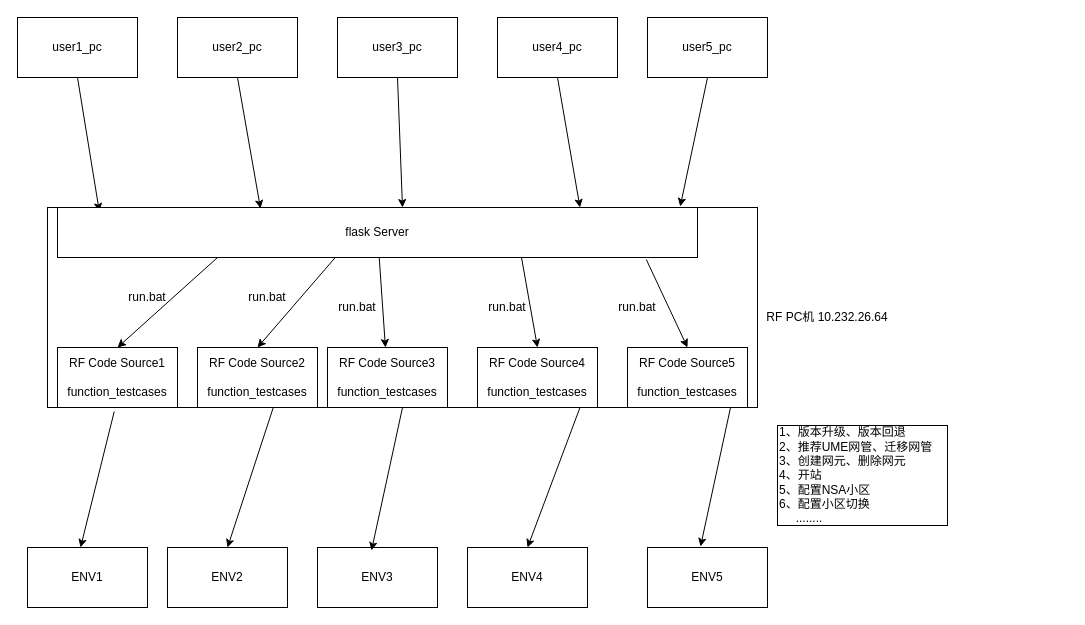
Before: 自动化群体环境管理图.drawio in ghr12345/bianyiqi, a draw.io diagram. Source tidied: cells renumbered, new cells numbered last; positions are measured from the earlier drawing's top-left corner, leaving out a move shared by most shapes. Both pictures are drawn from the tidied source at 100%, with x=0, y=0 at pixel (17, 17).
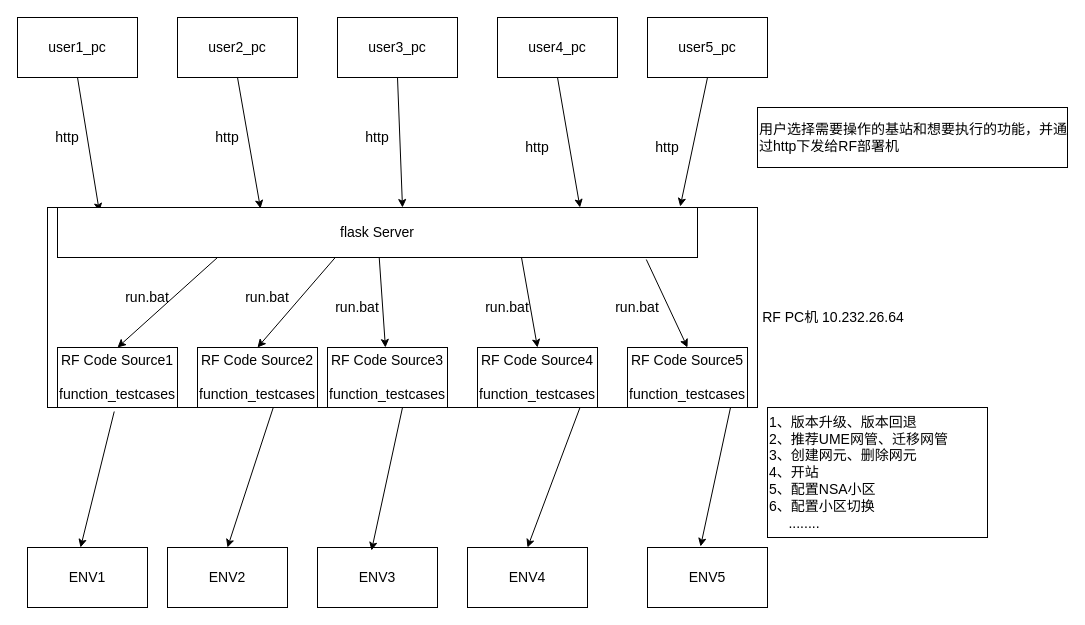
After the change.

Commit message:
Update 自动化群体环境管理图.drawio

Diff of the diagram source:
```diff
@@
-    <mxCell id="2" style="rounded=0;whiteSpace=wrap;html=1;" parent="1" vertex="1">
+    <mxCell id="2" style="rounded=0;whiteSpace=wrap;html=1;fontSize=14;" parent="1" vertex="1">
       <mxGeometry x="30" y="190" width="710" height="200" as="geometry" />
     </mxCell>
-    <mxCell id="3" value="user3_pc" style="rounded=0;whiteSpace=wrap;html=1;" parent="1" vertex="1">
+    <mxCell id="3" value="user3_pc" style="rounded=0;whiteSpace=wrap;html=1;fontSize=14;" parent="1" vertex="1">
       <mxGeometry x="320" width="120" height="60" as="geometry" />
     </mxCell>
-    <mxCell id="4" value="ENV1" style="rounded=0;whiteSpace=wrap;html=1;" parent="1" vertex="1">
+    <mxCell id="4" value="ENV1" style="rounded=0;whiteSpace=wrap;html=1;fontSize=14;" parent="1" vertex="1">
       <mxGeometry x="10" y="530" width="120" height="60" as="geometry" />
     </mxCell>
-    <mxCell id="5" value="ENV2" style="rounded=0;whiteSpace=wrap;html=1;" parent="1" vertex="1">
+    <mxCell id="5" value="ENV2" style="rounded=0;whiteSpace=wrap;html=1;fontSize=14;" parent="1" vertex="1">
       <mxGeometry x="150" y="530" width="120" height="60" as="geometry" />
     </mxCell>
-    <mxCell id="6" value="ENV3" style="rounded=0;whiteSpace=wrap;html=1;" parent="1" vertex="1">
+    <mxCell id="6" value="ENV3" style="rounded=0;whiteSpace=wrap;html=1;fontSize=14;" parent="1" vertex="1">
       <mxGeometry x="300" y="530" width="120" height="60" as="geometry" />
     </mxCell>
-    <mxCell id="7" value="ENV4" style="rounded=0;whiteSpace=wrap;html=1;" parent="1" vertex="1">
+    <mxCell id="7" value="ENV4" style="rounded=0;whiteSpace=wrap;html=1;fontSize=14;" parent="1" vertex="1">
       <mxGeometry x="450" y="530" width="120" height="60" as="geometry" />
     </mxCell>
-    <mxCell id="8" value="ENV5" style="rounded=0;whiteSpace=wrap;html=1;" parent="1" vertex="1">
+    <mxCell id="8" value="ENV5" style="rounded=0;whiteSpace=wrap;html=1;fontSize=14;" parent="1" vertex="1">
       <mxGeometry x="630" y="530" width="120" height="60" as="geometry" />
     </mxCell>
-    <mxCell id="9" value="user2_pc" style="rounded=0;whiteSpace=wrap;html=1;" parent="1" vertex="1">
+    <mxCell id="9" value="user2_pc" style="rounded=0;whiteSpace=wrap;html=1;fontSize=14;" parent="1" vertex="1">
       <mxGeometry x="160" width="120" height="60" as="geometry" />
     </mxCell>
-    <mxCell id="10" value="user4_pc" style="rounded=0;whiteSpace=wrap;html=1;" parent="1" vertex="1">
+    <mxCell id="10" value="user4_pc" style="rounded=0;whiteSpace=wrap;html=1;fontSize=14;" parent="1" vertex="1">
       <mxGeometry x="480" width="120" height="60" as="geometry" />
     </mxCell>
-    <mxCell id="11" value="user5_pc" style="rounded=0;whiteSpace=wrap;html=1;" parent="1" vertex="1">
+    <mxCell id="11" value="user5_pc" style="rounded=0;whiteSpace=wrap;html=1;fontSize=14;" parent="1" vertex="1">
       <mxGeometry x="630" width="120" height="60" as="geometry" />
     </mxCell>
-    <mxCell id="12" value="user1_pc" style="rounded=0;whiteSpace=wrap;html=1;" parent="1" vertex="1">
+    <mxCell id="12" value="user1_pc" style="rounded=0;whiteSpace=wrap;html=1;fontSize=14;" parent="1" vertex="1">
       <mxGeometry width="120" height="60" as="geometry" />
     </mxCell>
-    <mxCell id="13" style="endArrow=classic;html=1;entryX=0.073;entryY=0.02;entryDx=0;entryDy=0;entryPerimeter=0;exitX=0.5;exitY=1;exitDx=0;exitDy=0;" parent="1" edge="1" source="12" target="2">
+    <mxCell id="13" style="endArrow=classic;html=1;entryX=0.073;entryY=0.02;entryDx=0;entryDy=0;entryPerimeter=0;exitX=0.5;exitY=1;exitDx=0;exitDy=0;fontSize=14;" parent="1" edge="1" source="12" target="2">
       <mxGeometry relative="1" as="geometry" />
     </mxCell>
-    <mxCell id="14" style="endArrow=classic;html=1;entryX=0.3;entryY=0.005;entryDx=0;entryDy=0;entryPerimeter=0;exitX=0.5;exitY=1;exitDx=0;exitDy=0;" parent="1" edge="1" source="9" target="2">
+    <mxCell id="14" style="endArrow=classic;html=1;entryX=0.3;entryY=0.005;entryDx=0;entryDy=0;entryPerimeter=0;exitX=0.5;exitY=1;exitDx=0;exitDy=0;fontSize=14;" parent="1" edge="1" source="9" target="2">
       <mxGeometry relative="1" as="geometry" />
     </mxCell>
-    <mxCell id="15" style="endArrow=classic;html=1;entryX=0.5;entryY=0;entryDx=0;entryDy=0;exitX=0.5;exitY=1;exitDx=0;exitDy=0;" parent="1" edge="1" source="3" target="2">
+    <mxCell id="15" style="endArrow=classic;html=1;entryX=0.5;entryY=0;entryDx=0;entryDy=0;exitX=0.5;exitY=1;exitDx=0;exitDy=0;fontSize=14;" parent="1" edge="1" source="3" target="2">
       <mxGeometry relative="1" as="geometry" />
     </mxCell>
-    <mxCell id="16" style="endArrow=classic;html=1;exitX=0.5;exitY=1;exitDx=0;exitDy=0;exitPerimeter=0;entryX=0.75;entryY=0;entryDx=0;entryDy=0;" parent="1" edge="1" source="10" target="2">
+    <mxCell id="16" style="endArrow=classic;html=1;exitX=0.5;exitY=1;exitDx=0;exitDy=0;exitPerimeter=0;entryX=0.75;entryY=0;entryDx=0;entryDy=0;fontSize=14;" parent="1" edge="1" source="10" target="2">
       <mxGeometry relative="1" as="geometry" />
     </mxCell>
-    <mxCell id="17" style="endArrow=classic;html=1;entryX=0.973;entryY=-0.02;entryDx=0;entryDy=0;entryPerimeter=0;exitX=0.5;exitY=1;exitDx=0;exitDy=0;" parent="1" edge="1" source="11" target="24">
+    <mxCell id="17" style="endArrow=classic;html=1;entryX=0.973;entryY=-0.02;entryDx=0;entryDy=0;entryPerimeter=0;exitX=0.5;exitY=1;exitDx=0;exitDy=0;fontSize=14;" parent="1" edge="1" source="11" target="24">
       <mxGeometry relative="1" as="geometry" />
     </mxCell>
-    <mxCell id="18" style="endArrow=classic;html=1;entryX=0.442;entryY=0;entryDx=0;entryDy=0;entryPerimeter=0;exitX=0.094;exitY=1.02;exitDx=0;exitDy=0;exitPerimeter=0;" parent="1" edge="1" source="2" target="4">
+    <mxCell id="18" style="endArrow=classic;html=1;entryX=0.442;entryY=0;entryDx=0;entryDy=0;entryPerimeter=0;exitX=0.094;exitY=1.02;exitDx=0;exitDy=0;exitPerimeter=0;fontSize=14;" parent="1" edge="1" source="2" target="4">
       <mxGeometry relative="1" as="geometry" />
     </mxCell>
-    <mxCell id="19" style="endArrow=classic;html=1;entryX=0.5;entryY=0;entryDx=0;entryDy=0;exitX=0.318;exitY=1;exitDx=0;exitDy=0;exitPerimeter=0;" parent="1" edge="1" source="2" target="5">
+    <mxCell id="19" style="endArrow=classic;html=1;entryX=0.5;entryY=0;entryDx=0;entryDy=0;exitX=0.318;exitY=1;exitDx=0;exitDy=0;exitPerimeter=0;fontSize=14;" parent="1" edge="1" source="2" target="5">
       <mxGeometry relative="1" as="geometry" />
     </mxCell>
-    <mxCell id="20" style="endArrow=classic;html=1;entryX=0.45;entryY=0.05;entryDx=0;entryDy=0;entryPerimeter=0;exitX=0.5;exitY=1;exitDx=0;exitDy=0;" parent="1" edge="1" source="2" target="6">
+    <mxCell id="20" style="endArrow=classic;html=1;entryX=0.45;entryY=0.05;entryDx=0;entryDy=0;entryPerimeter=0;exitX=0.5;exitY=1;exitDx=0;exitDy=0;fontSize=14;" parent="1" edge="1" source="2" target="6">
       <mxGeometry relative="1" as="geometry" />
     </mxCell>
-    <mxCell id="21" style="endArrow=classic;html=1;entryX=0.5;entryY=0;entryDx=0;entryDy=0;exitX=0.75;exitY=1;exitDx=0;exitDy=0;" parent="1" edge="1" source="2" target="7">
+    <mxCell id="21" style="endArrow=classic;html=1;entryX=0.5;entryY=0;entryDx=0;entryDy=0;exitX=0.75;exitY=1;exitDx=0;exitDy=0;fontSize=14;" parent="1" edge="1" source="2" target="7">
       <mxGeometry relative="1" as="geometry" />
     </mxCell>
-    <mxCell id="22" style="endArrow=classic;html=1;exitX=0.962;exitY=1;exitDx=0;exitDy=0;entryX=0.442;entryY=-0.017;entryDx=0;entryDy=0;entryPerimeter=0;exitPerimeter=0;" parent="1" edge="1" source="2" target="8">
+    <mxCell id="22" style="endArrow=classic;html=1;exitX=0.962;exitY=1;exitDx=0;exitDy=0;entryX=0.442;entryY=-0.017;entryDx=0;entryDy=0;entryPerimeter=0;exitPerimeter=0;fontSize=14;" parent="1" edge="1" source="2" target="8">
       <mxGeometry relative="1" as="geometry" />
     </mxCell>
-    <mxCell id="23" value="RF PC机 10.232.26.64" style="text;html=1;strokeColor=none;fillColor=none;align=center;verticalAlign=middle;whiteSpace=wrap;rounded=0;" parent="1" vertex="1">
-      <mxGeometry x="720" y="290" width="180" height="20" as="geometry" />
+    <mxCell id="23" value="RF PC机 10.232.26.64" style="text;html=1;strokeColor=none;fillColor=none;align=center;verticalAlign=middle;whiteSpace=wrap;rounded=0;fontSize=14;" parent="1" vertex="1">
+      <mxGeometry x="726" y="290" width="180" height="20" as="geometry" />
     </mxCell>
-    <mxCell id="24" value="flask Server" style="rounded=0;whiteSpace=wrap;html=1;" parent="1" vertex="1">
+    <mxCell id="24" value="flask Server" style="rounded=0;whiteSpace=wrap;html=1;fontSize=14;" parent="1" vertex="1">
       <mxGeometry x="40" y="190" width="640" height="50" as="geometry" />
     </mxCell>
-    <mxCell id="25" value="RF Code Source1&lt;br&gt;&lt;br&gt;function_testcases" style="rounded=0;whiteSpace=wrap;html=1;" parent="1" vertex="1">
+    <mxCell id="25" value="RF Code Source1&lt;br style=&quot;font-size: 14px;&quot;&gt;&lt;br style=&quot;font-size: 14px;&quot;&gt;function_testcases" style="rounded=0;whiteSpace=wrap;html=1;fontSize=14;" parent="1" vertex="1">
       <mxGeometry x="40" y="330" width="120" height="60" as="geometry" />
     </mxCell>
-    <mxCell id="26" value="RF Code Source2&lt;br&gt;&lt;br&gt;function_testcases" style="rounded=0;whiteSpace=wrap;html=1;" parent="1" vertex="1">
+    <mxCell id="26" value="RF Code Source2&lt;br style=&quot;font-size: 14px;&quot;&gt;&lt;br style=&quot;font-size: 14px;&quot;&gt;function_testcases" style="rounded=0;whiteSpace=wrap;html=1;fontSize=14;" parent="1" vertex="1">
       <mxGeometry x="180" y="330" width="120" height="60" as="geometry" />
     </mxCell>
-    <mxCell id="27" value="RF Code Source3&lt;br&gt;&lt;br&gt;function_testcases" style="rounded=0;whiteSpace=wrap;html=1;" parent="1" vertex="1">
+    <mxCell id="27" value="RF Code Source3&lt;br style=&quot;font-size: 14px;&quot;&gt;&lt;br style=&quot;font-size: 14px;&quot;&gt;function_testcases" style="rounded=0;whiteSpace=wrap;html=1;fontSize=14;" parent="1" vertex="1">
       <mxGeometry x="310" y="330" width="120" height="60" as="geometry" />
     </mxCell>
-    <mxCell id="28" value="RF Code Source4&lt;br&gt;&lt;br&gt;function_testcases" style="rounded=0;whiteSpace=wrap;html=1;" parent="1" vertex="1">
+    <mxCell id="28" value="RF Code Source4&lt;br style=&quot;font-size: 14px;&quot;&gt;&lt;br style=&quot;font-size: 14px;&quot;&gt;function_testcases" style="rounded=0;whiteSpace=wrap;html=1;fontSize=14;" parent="1" vertex="1">
       <mxGeometry x="460" y="330" width="120" height="60" as="geometry" />
     </mxCell>
-    <mxCell id="29" value="RF Code Source5&lt;br&gt;&lt;br&gt;function_testcases" style="rounded=0;whiteSpace=wrap;html=1;" parent="1" vertex="1">
+    <mxCell id="29" value="RF Code Source5&lt;br style=&quot;font-size: 14px;&quot;&gt;&lt;br style=&quot;font-size: 14px;&quot;&gt;function_testcases" style="rounded=0;whiteSpace=wrap;html=1;fontSize=14;" parent="1" vertex="1">
       <mxGeometry x="610" y="330" width="120" height="60" as="geometry" />
     </mxCell>
-    <mxCell id="30" style="endArrow=classic;html=1;entryX=0.5;entryY=0;entryDx=0;entryDy=0;exitX=0.25;exitY=1;exitDx=0;exitDy=0;" parent="1" edge="1" source="24" target="25">
+    <mxCell id="30" style="endArrow=classic;html=1;entryX=0.5;entryY=0;entryDx=0;entryDy=0;exitX=0.25;exitY=1;exitDx=0;exitDy=0;fontSize=14;" parent="1" edge="1" source="24" target="25">
       <mxGeometry relative="1" as="geometry" />
     </mxCell>
-    <mxCell id="31" style="endArrow=classic;html=1;entryX=0.5;entryY=0;entryDx=0;entryDy=0;exitX=0.434;exitY=1;exitDx=0;exitDy=0;exitPerimeter=0;" parent="1" edge="1" source="24" target="26">
+    <mxCell id="31" style="endArrow=classic;html=1;entryX=0.5;entryY=0;entryDx=0;entryDy=0;exitX=0.434;exitY=1;exitDx=0;exitDy=0;exitPerimeter=0;fontSize=14;" parent="1" edge="1" source="24" target="26">
       <mxGeometry relative="1" as="geometry" />
     </mxCell>
-    <mxCell id="32" style="endArrow=classic;html=1;" parent="1" edge="1" source="24" target="27">
+    <mxCell id="32" style="endArrow=classic;html=1;fontSize=14;" parent="1" edge="1" source="24" target="27">
       <mxGeometry relative="1" as="geometry" />
     </mxCell>
-    <mxCell id="33" style="endArrow=classic;html=1;entryX=0.5;entryY=0;entryDx=0;entryDy=0;exitX=0.725;exitY=1;exitDx=0;exitDy=0;exitPerimeter=0;" parent="1" edge="1" source="24" target="28">
+    <mxCell id="33" style="endArrow=classic;html=1;entryX=0.5;entryY=0;entryDx=0;entryDy=0;exitX=0.725;exitY=1;exitDx=0;exitDy=0;exitPerimeter=0;fontSize=14;" parent="1" edge="1" source="24" target="28">
       <mxGeometry relative="1" as="geometry" />
     </mxCell>
-    <mxCell id="34" style="endArrow=classic;html=1;entryX=0.5;entryY=0;entryDx=0;entryDy=0;exitX=0.92;exitY=1.04;exitDx=0;exitDy=0;exitPerimeter=0;" parent="1" edge="1" source="24" target="29">
+    <mxCell id="34" style="endArrow=classic;html=1;entryX=0.5;entryY=0;entryDx=0;entryDy=0;exitX=0.92;exitY=1.04;exitDx=0;exitDy=0;exitPerimeter=0;fontSize=14;" parent="1" edge="1" source="24" target="29">
       <mxGeometry relative="1" as="geometry" />
     </mxCell>
-    <mxCell id="35" value="1、版本升级、版本回退&lt;br&gt;2、推荐UME网管、迁移网管&lt;br&gt;3、创建网元、删除网元&lt;br&gt;4、开站&lt;br&gt;5、配置NSA小区&lt;br&gt;6、配置小区切换&lt;br&gt;&amp;nbsp; &amp;nbsp; &amp;nbsp;........" style="rounded=0;whiteSpace=wrap;html=1;align=left;" parent="1" vertex="1">
-      <mxGeometry x="760" y="408" width="170" height="100" as="geometry" />
+    <mxCell id="35" value="1、版本升级、版本回退&lt;br style=&quot;font-size: 14px;&quot;&gt;2、推荐UME网管、迁移网管&lt;br style=&quot;font-size: 14px;&quot;&gt;3、创建网元、删除网元&lt;br style=&quot;font-size: 14px;&quot;&gt;4、开站&lt;br style=&quot;font-size: 14px;&quot;&gt;5、配置NSA小区&lt;br style=&quot;font-size: 14px;&quot;&gt;6、配置小区切换&lt;br style=&quot;font-size: 14px;&quot;&gt;&amp;nbsp; &amp;nbsp; &amp;nbsp;........" style="rounded=0;whiteSpace=wrap;html=1;align=left;fontSize=14;" parent="1" vertex="1">
+      <mxGeometry x="750" y="390" width="220" height="130" as="geometry" />
     </mxCell>
-    <mxCell id="36" value="run.bat" style="text;html=1;strokeColor=none;fillColor=none;align=center;verticalAlign=middle;whiteSpace=wrap;rounded=0;" parent="1" vertex="1">
+    <mxCell id="36" value="run.bat" style="text;html=1;strokeColor=none;fillColor=none;align=center;verticalAlign=middle;whiteSpace=wrap;rounded=0;fontSize=14;" parent="1" vertex="1">
       <mxGeometry x="110" y="270" width="40" height="20" as="geometry" />
     </mxCell>
-    <mxCell id="37" value="run.bat" style="text;html=1;strokeColor=none;fillColor=none;align=center;verticalAlign=middle;whiteSpace=wrap;rounded=0;" parent="1" vertex="1">
+    <mxCell id="37" value="run.bat" style="text;html=1;strokeColor=none;fillColor=none;align=center;verticalAlign=middle;whiteSpace=wrap;rounded=0;fontSize=14;" parent="1" vertex="1">
       <mxGeometry x="230" y="270" width="40" height="20" as="geometry" />
     </mxCell>
-    <mxCell id="38" value="run.bat" style="text;html=1;strokeColor=none;fillColor=none;align=center;verticalAlign=middle;whiteSpace=wrap;rounded=0;" parent="1" vertex="1">
+    <mxCell id="38" value="run.bat" style="text;html=1;strokeColor=none;fillColor=none;align=center;verticalAlign=middle;whiteSpace=wrap;rounded=0;fontSize=14;" parent="1" vertex="1">
       <mxGeometry x="320" y="280" width="40" height="20" as="geometry" />
     </mxCell>
-    <mxCell id="39" value="run.bat" style="text;html=1;strokeColor=none;fillColor=none;align=center;verticalAlign=middle;whiteSpace=wrap;rounded=0;" parent="1" vertex="1">
+    <mxCell id="39" value="run.bat" style="text;html=1;strokeColor=none;fillColor=none;align=center;verticalAlign=middle;whiteSpace=wrap;rounded=0;fontSize=14;" parent="1" vertex="1">
       <mxGeometry x="470" y="280" width="40" height="20" as="geometry" />
     </mxCell>
-    <mxCell id="40" value="run.bat" style="text;html=1;strokeColor=none;fillColor=none;align=center;verticalAlign=middle;whiteSpace=wrap;rounded=0;" parent="1" vertex="1">
+    <mxCell id="40" value="run.bat" style="text;html=1;strokeColor=none;fillColor=none;align=center;verticalAlign=middle;whiteSpace=wrap;rounded=0;fontSize=14;" parent="1" vertex="1">
       <mxGeometry x="600" y="280" width="40" height="20" as="geometry" />
     </mxCell>
+    <mxCell id="41" value="用户选择需要操作的基站和想要执行的功能，并通过http下发给RF部署机" style="rounded=0;whiteSpace=wrap;html=1;align=left;fontSize=14;" parent="1" vertex="1">
+      <mxGeometry x="740" y="90" width="310" height="60" as="geometry" />
+    </mxCell>
+    <mxCell id="42" value="http" style="text;html=1;strokeColor=none;fillColor=none;align=center;verticalAlign=middle;whiteSpace=wrap;rounded=0;fontSize=14;" parent="1" vertex="1">
+      <mxGeometry x="30" y="110" width="40" height="20" as="geometry" />
+    </mxCell>
+    <mxCell id="43" value="http" style="text;html=1;strokeColor=none;fillColor=none;align=center;verticalAlign=middle;whiteSpace=wrap;rounded=0;fontSize=14;" parent="1" vertex="1">
+      <mxGeometry x="190" y="110" width="40" height="20" as="geometry" />
+    </mxCell>
+    <mxCell id="44" value="http" style="text;html=1;strokeColor=none;fillColor=none;align=center;verticalAlign=middle;whiteSpace=wrap;rounded=0;fontSize=14;" parent="1" vertex="1">
+      <mxGeometry x="340" y="110" width="40" height="20" as="geometry" />
+    </mxCell>
+    <mxCell id="45" value="http" style="text;html=1;strokeColor=none;fillColor=none;align=center;verticalAlign=middle;whiteSpace=wrap;rounded=0;fontSize=14;" parent="1" vertex="1">
+      <mxGeometry x="500" y="120" width="40" height="20" as="geometry" />
+    </mxCell>
+    <mxCell id="46" value="http" style="text;html=1;strokeColor=none;fillColor=none;align=center;verticalAlign=middle;whiteSpace=wrap;rounded=0;fontSize=14;" parent="1" vertex="1">
+      <mxGeometry x="630" y="120" width="40" height="20" as="geometry" />
+    </mxCell>
```
